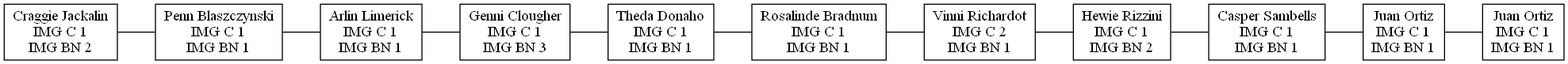
The Graphviz diagram Fase1/colaRecepcion.png in d-acetun/simulacion-sistema-impresion-de-imagenes, before a commit. Its source is kept beside it as Fase1/colaRecepcion.dot. The source it was exported from:
```dot
digraph ejemplo {
node[shape=box]
edge[arrowhead=none]
0 [label="Craggie Jackalin\nIMG C 1\nIMG BN 2"]
1 [label="Penn Blaszczynski\nIMG C 1\nIMG BN 1"]
2 [label="Arlin Limerick\nIMG C 1\nIMG BN 1"]
3 [label="Genni Clougher\nIMG C 1\nIMG BN 3"]
4 [label="Theda Donaho\nIMG C 1\nIMG BN 1"]
5 [label="Rosalinde Bradnum\nIMG C 1\nIMG BN 1"]
6 [label="Vinni Richardot\nIMG C 2\nIMG BN 1"]
7 [label="Hewie Rizzini\nIMG C 1\nIMG BN 2"]
8 [label="Casper Sambells\nIMG C 1\nIMG BN 1"]
9 [label="Juan Ortiz\nIMG C 1\nIMG BN 1"]
10 [label="Juan Ortiz\nIMG C 1\nIMG BN 1"]
0->1
1->2
2->3
3->4
4->5
5->6
6->7
7->8
8->9
9->10
rankdir=LR
}
```
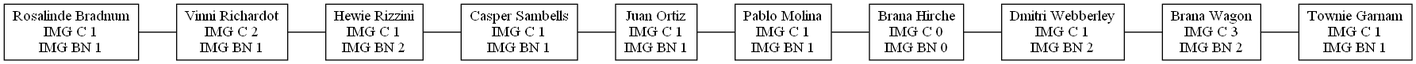
After the change.

Diff of the diagram source:
```diff
@@ -1,17 +1,16 @@
 digraph ejemplo {
 node[shape=box]
 edge[arrowhead=none]
-0 [label="Craggie Jackalin\nIMG C 1\nIMG BN 2"]
-1 [label="Penn Blaszczynski\nIMG C 1\nIMG BN 1"]
-2 [label="Arlin Limerick\nIMG C 1\nIMG BN 1"]
-3 [label="Genni Clougher\nIMG C 1\nIMG BN 3"]
-4 [label="Theda Donaho\nIMG C 1\nIMG BN 1"]
-5 [label="Rosalinde Bradnum\nIMG C 1\nIMG BN 1"]
-6 [label="Vinni Richardot\nIMG C 2\nIMG BN 1"]
-7 [label="Hewie Rizzini\nIMG C 1\nIMG BN 2"]
-8 [label="Casper Sambells\nIMG C 1\nIMG BN 1"]
-9 [label="Juan Ortiz\nIMG C 1\nIMG BN 1"]
-10 [label="Juan Ortiz\nIMG C 1\nIMG BN 1"]
+0 [label="Rosalinde Bradnum\nIMG C 1\nIMG BN 1"]
+1 [label="Vinni Richardot\nIMG C 2\nIMG BN 1"]
+2 [label="Hewie Rizzini\nIMG C 1\nIMG BN 2"]
+3 [label="Casper Sambells\nIMG C 1\nIMG BN 1"]
+4 [label="Juan Ortiz\nIMG C 1\nIMG BN 1"]
+5 [label="Pablo Molina\nIMG C 1\nIMG BN 1"]
+6 [label="Brana Hirche\nIMG C 0\nIMG BN 0"]
+7 [label="Dmitri Webberley\nIMG C 1\nIMG BN 2"]
+8 [label="Brana Wagon\nIMG C 3\nIMG BN 2"]
+9 [label="Townie Garnam\nIMG C 1\nIMG BN 1"]
 0->1
 1->2
 2->3
@@ -21,6 +20,5 @@
 6->7
 7->8
 8->9
-9->10
 rankdir=LR
 }
```
